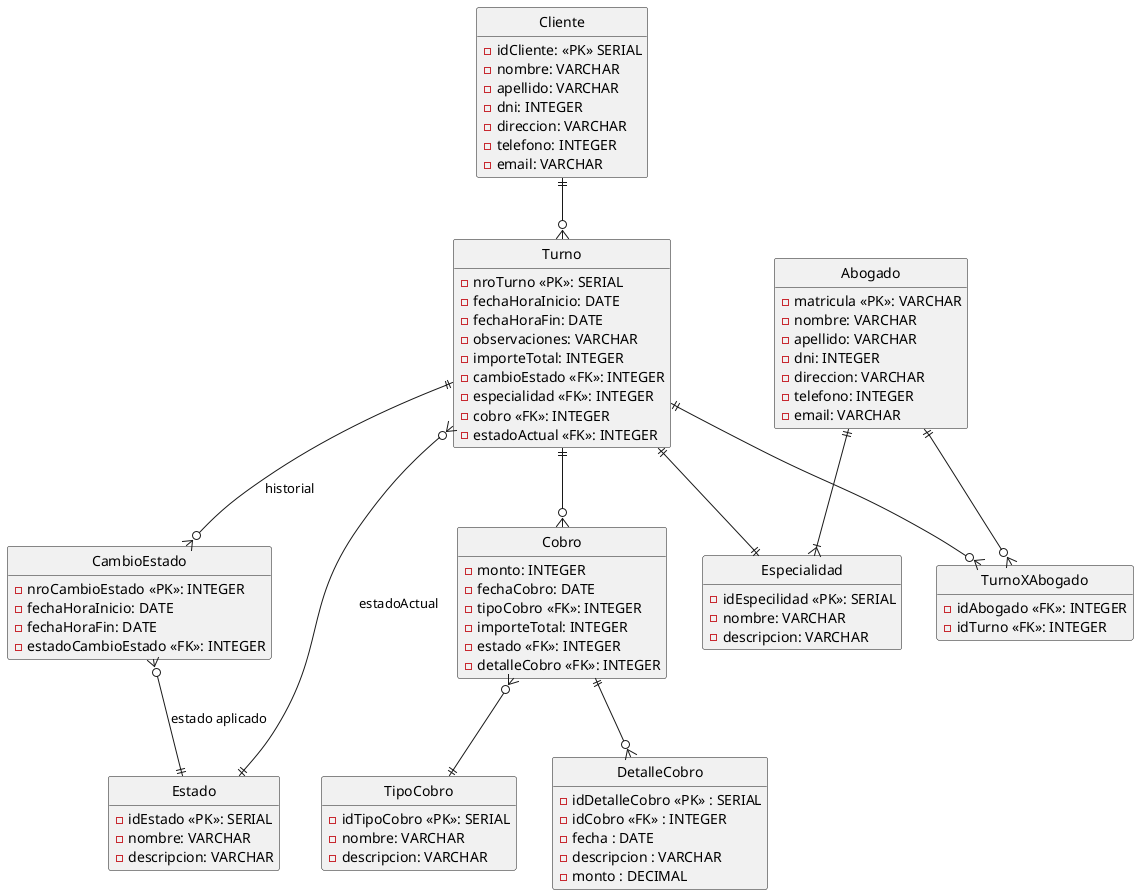
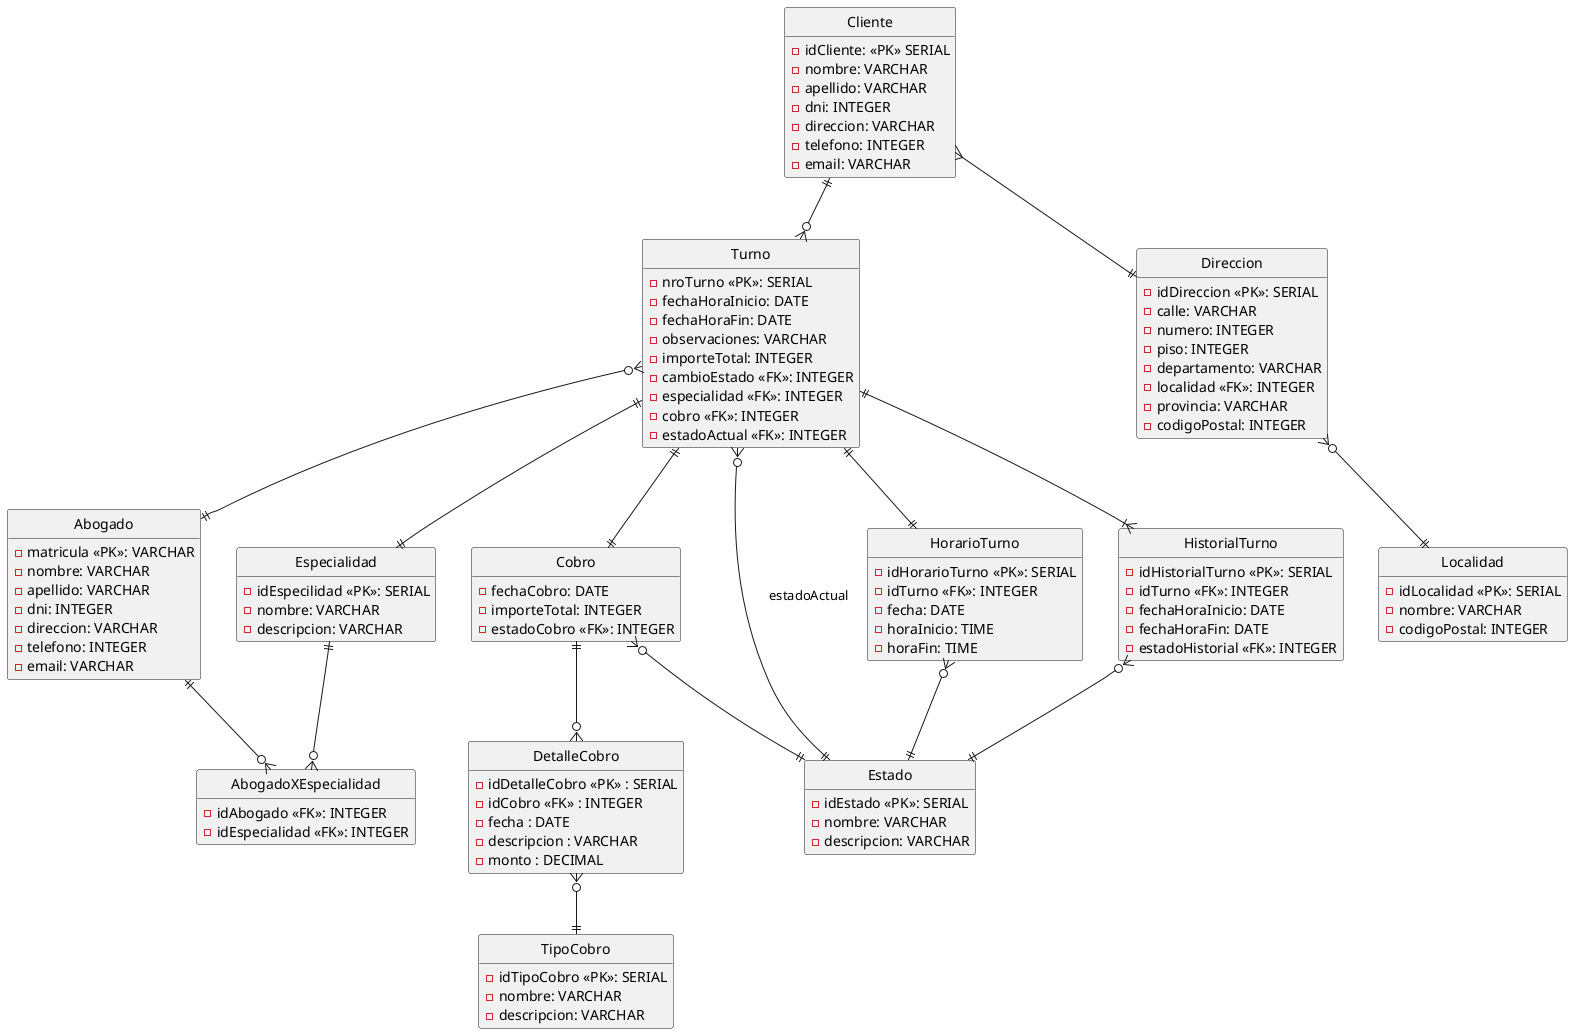
- @startuml der
+ @startuml derMedinaYAsociados
hide circle
hide empty method

entity Turno {
    -nroTurno <<PK>>: SERIAL
    -fechaHoraInicio: DATE
    -fechaHoraFin: DATE
    -observaciones: VARCHAR
    -importeTotal: INTEGER
    -cambioEstado <<FK>>: INTEGER
    -especialidad <<FK>>: INTEGER
    -cobro <<FK>>: INTEGER
    -estadoActual <<FK>>: INTEGER
- }
- 
- entity CambioEstado {
-     -nroCambioEstado <<PK>>: INTEGER
-     -fechaHoraInicio: DATE
-     -fechaHoraFin: DATE
-     -estadoCambioEstado <<FK>>: INTEGER
}

entity Abogado {
    -matricula <<PK>>: VARCHAR
    -nombre: VARCHAR
    -apellido: VARCHAR
    -dni: INTEGER
    -direccion: VARCHAR
    -telefono: INTEGER
    -email: VARCHAR
}

entity Cliente {
    -idCliente: <<PK>> SERIAL
    -nombre: VARCHAR
    -apellido: VARCHAR
    -dni: INTEGER
    -direccion: VARCHAR
    -telefono: INTEGER
    -email: VARCHAR
}

entity Cobro {
-     -monto: INTEGER
    -fechaCobro: DATE
-     -tipoCobro <<FK>>: INTEGER
    -importeTotal: INTEGER
-     -estado <<FK>>: INTEGER
-     -detalleCobro <<FK>>: INTEGER
+     -estadoCobro <<FK>>: INTEGER
}

entity Especialidad {
    -idEspecilidad <<PK>>: SERIAL
    -nombre: VARCHAR
    -descripcion: VARCHAR
}

entity TipoCobro {
    -idTipoCobro <<PK>>: SERIAL
    -nombre: VARCHAR
    -descripcion: VARCHAR
}

entity Estado {
    -idEstado <<PK>>: SERIAL
    -nombre: VARCHAR
    -descripcion: VARCHAR
}

- entity TurnoXAbogado {
-     -idAbogado <<FK>>: INTEGER
-     -idTurno <<FK>>: INTEGER
- }
- 
entity DetalleCobro {
    - idDetalleCobro <<PK>> : SERIAL
    - idCobro <<FK>> : INTEGER
    - fecha : DATE
    - descripcion : VARCHAR
    - monto : DECIMAL
}

+ entity Direccion {
+     -idDireccion <<PK>>: SERIAL
+     -calle: VARCHAR
+     -numero: INTEGER
+     -piso: INTEGER
+     -departamento: VARCHAR
+     -localidad <<FK>>: INTEGER
+     -provincia: VARCHAR
+     -codigoPostal: INTEGER
+ }
+ 
+ entity Localidad {
+     -idLocalidad <<PK>>: SERIAL
+     -nombre: VARCHAR
+     -codigoPostal: INTEGER
+ }
+ 
+ entity HorarioTurno {
+     -idHorarioTurno <<PK>>: SERIAL
+     -idTurno <<FK>>: INTEGER
+     -fecha: DATE
+     -horaInicio: TIME
+     -horaFin: TIME
+ }
+ 
+ entity HistorialTurno {
+     -idHistorialTurno <<PK>>: SERIAL
+     -idTurno <<FK>>: INTEGER
+     -fechaHoraInicio: DATE
+     -fechaHoraFin: DATE
+     -estadoHistorial <<FK>>: INTEGER
+ }
+ 
+ entity AbogadoXEspecialidad{
+     -idAbogado <<FK>>: INTEGER
+     -idEspecialidad <<FK>>: INTEGER
+ }
+ 
+ Turno ||--|| Cobro
+ Turno }o--|| Estado : "estadoActual"
+ Turno ||--|{ HistorialTurno
+ Turno ||--|| Especialidad
+ Turno ||--|| HorarioTurno
+ Turno }o--|| Abogado
+ 
+ Cobro ||--o{ DetalleCobro
+ Cobro }o--|| Estado
+ 
+ Cliente ||--o{ Turno
+ Cliente }--|| Direccion


- Turno ||--o{ Cobro
- Turno }o--|| Estado : "estadoActual"
- Turno ||--o{ CambioEstado : "historial"
- Turno ||--o{ TurnoXAbogado
- Turno ||--|| Especialidad
+ DetalleCobro }o--|| TipoCobro

- Cobro }o--|| TipoCobro
- Cobro ||--o{ DetalleCobro
+ HistorialTurno }o--||Estado

- Abogado ||--o{ TurnoXAbogado
- Abogado ||--|{ Especialidad
+ HorarioTurno }o--||Estado

- CambioEstado }o--|| Estado : "estado aplicado"
+ AbogadoXEspecialidad }o-up-|| Especialidad
+ AbogadoXEspecialidad }o-up-|| Abogado

- Cliente ||--o{ Turno
- 
- 
+ Direccion }o--|| Localidad

@enduml